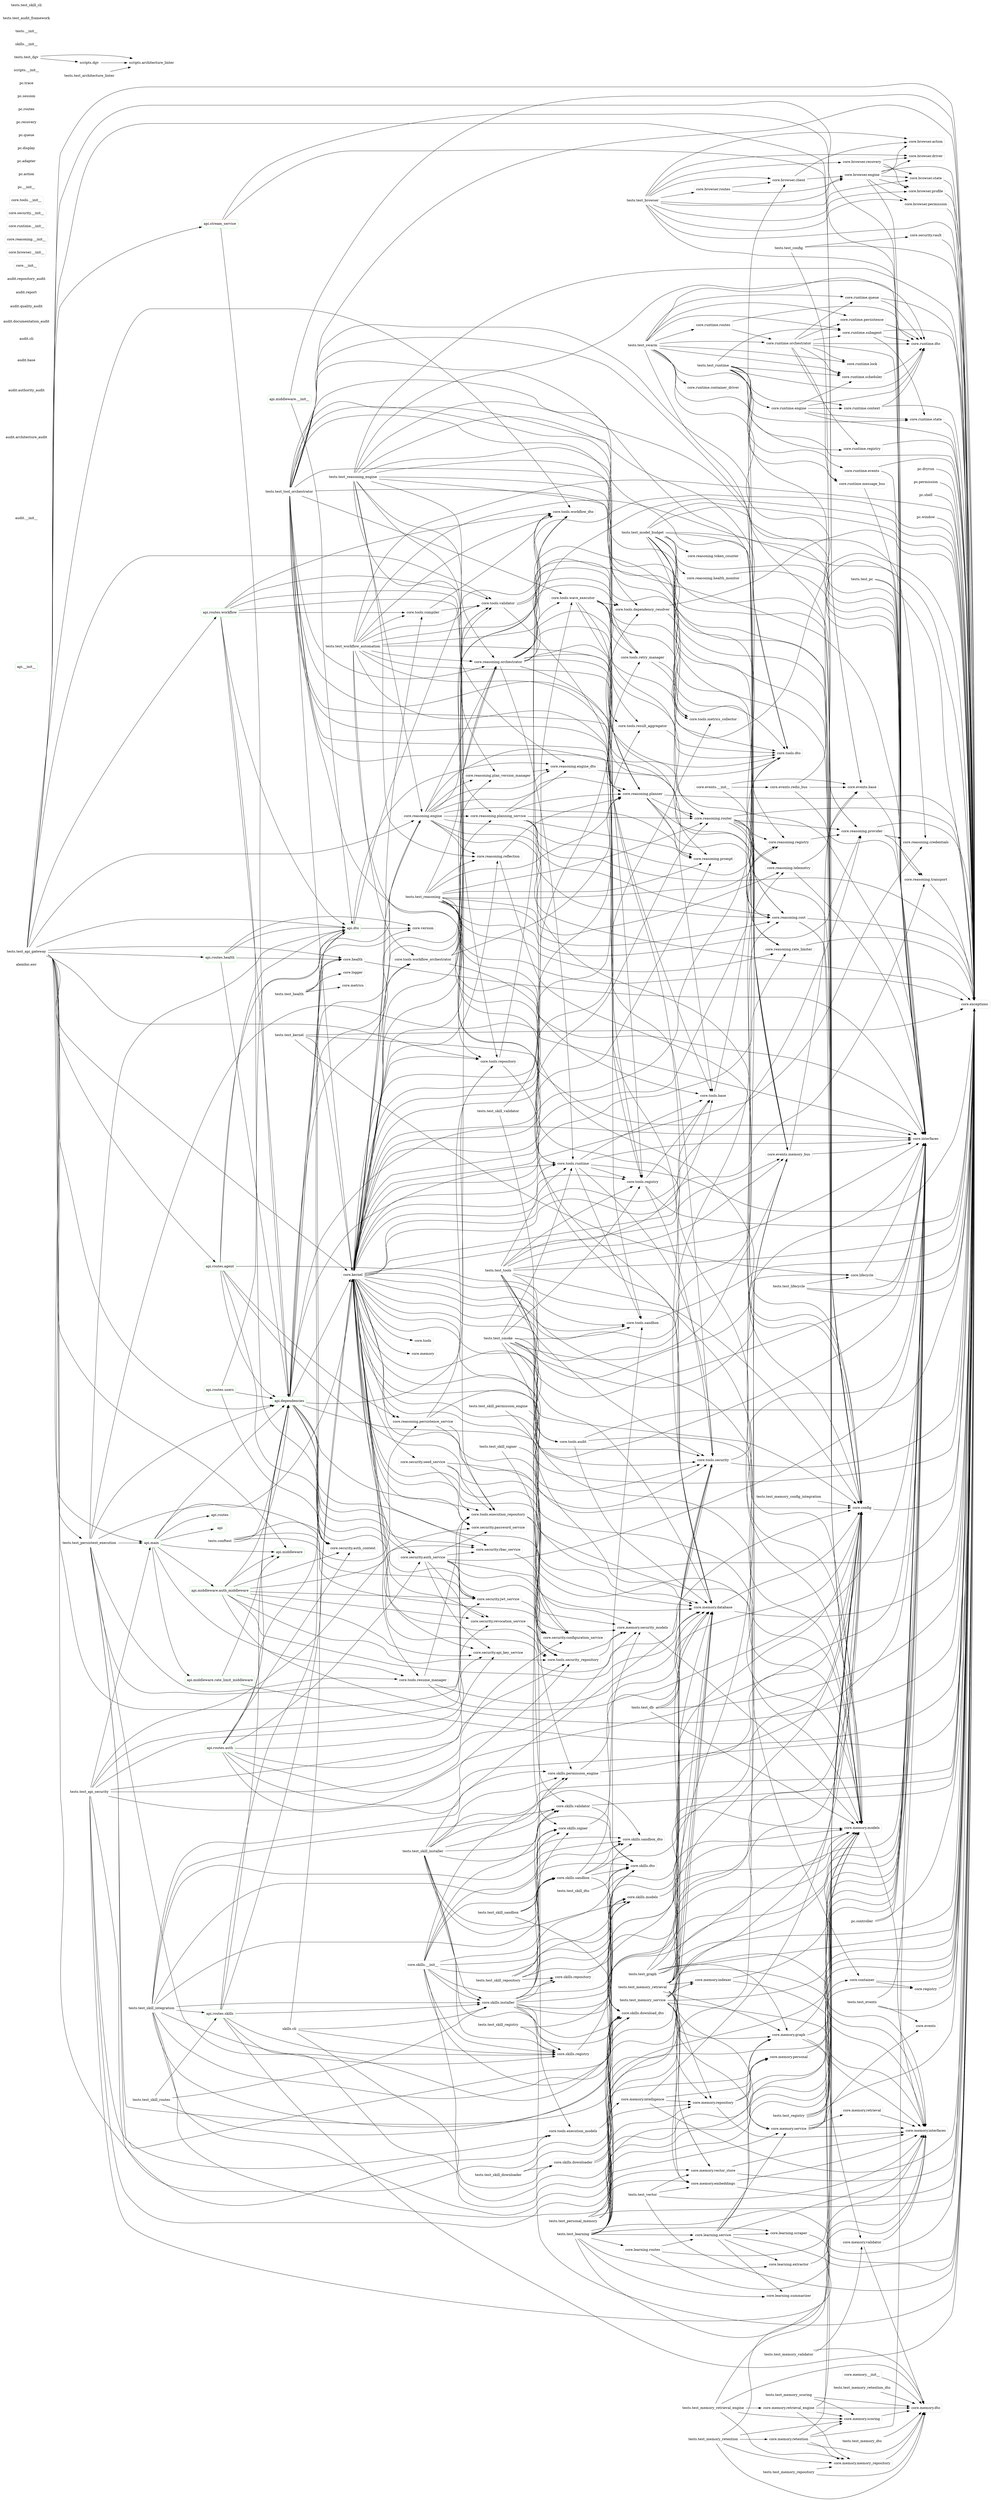
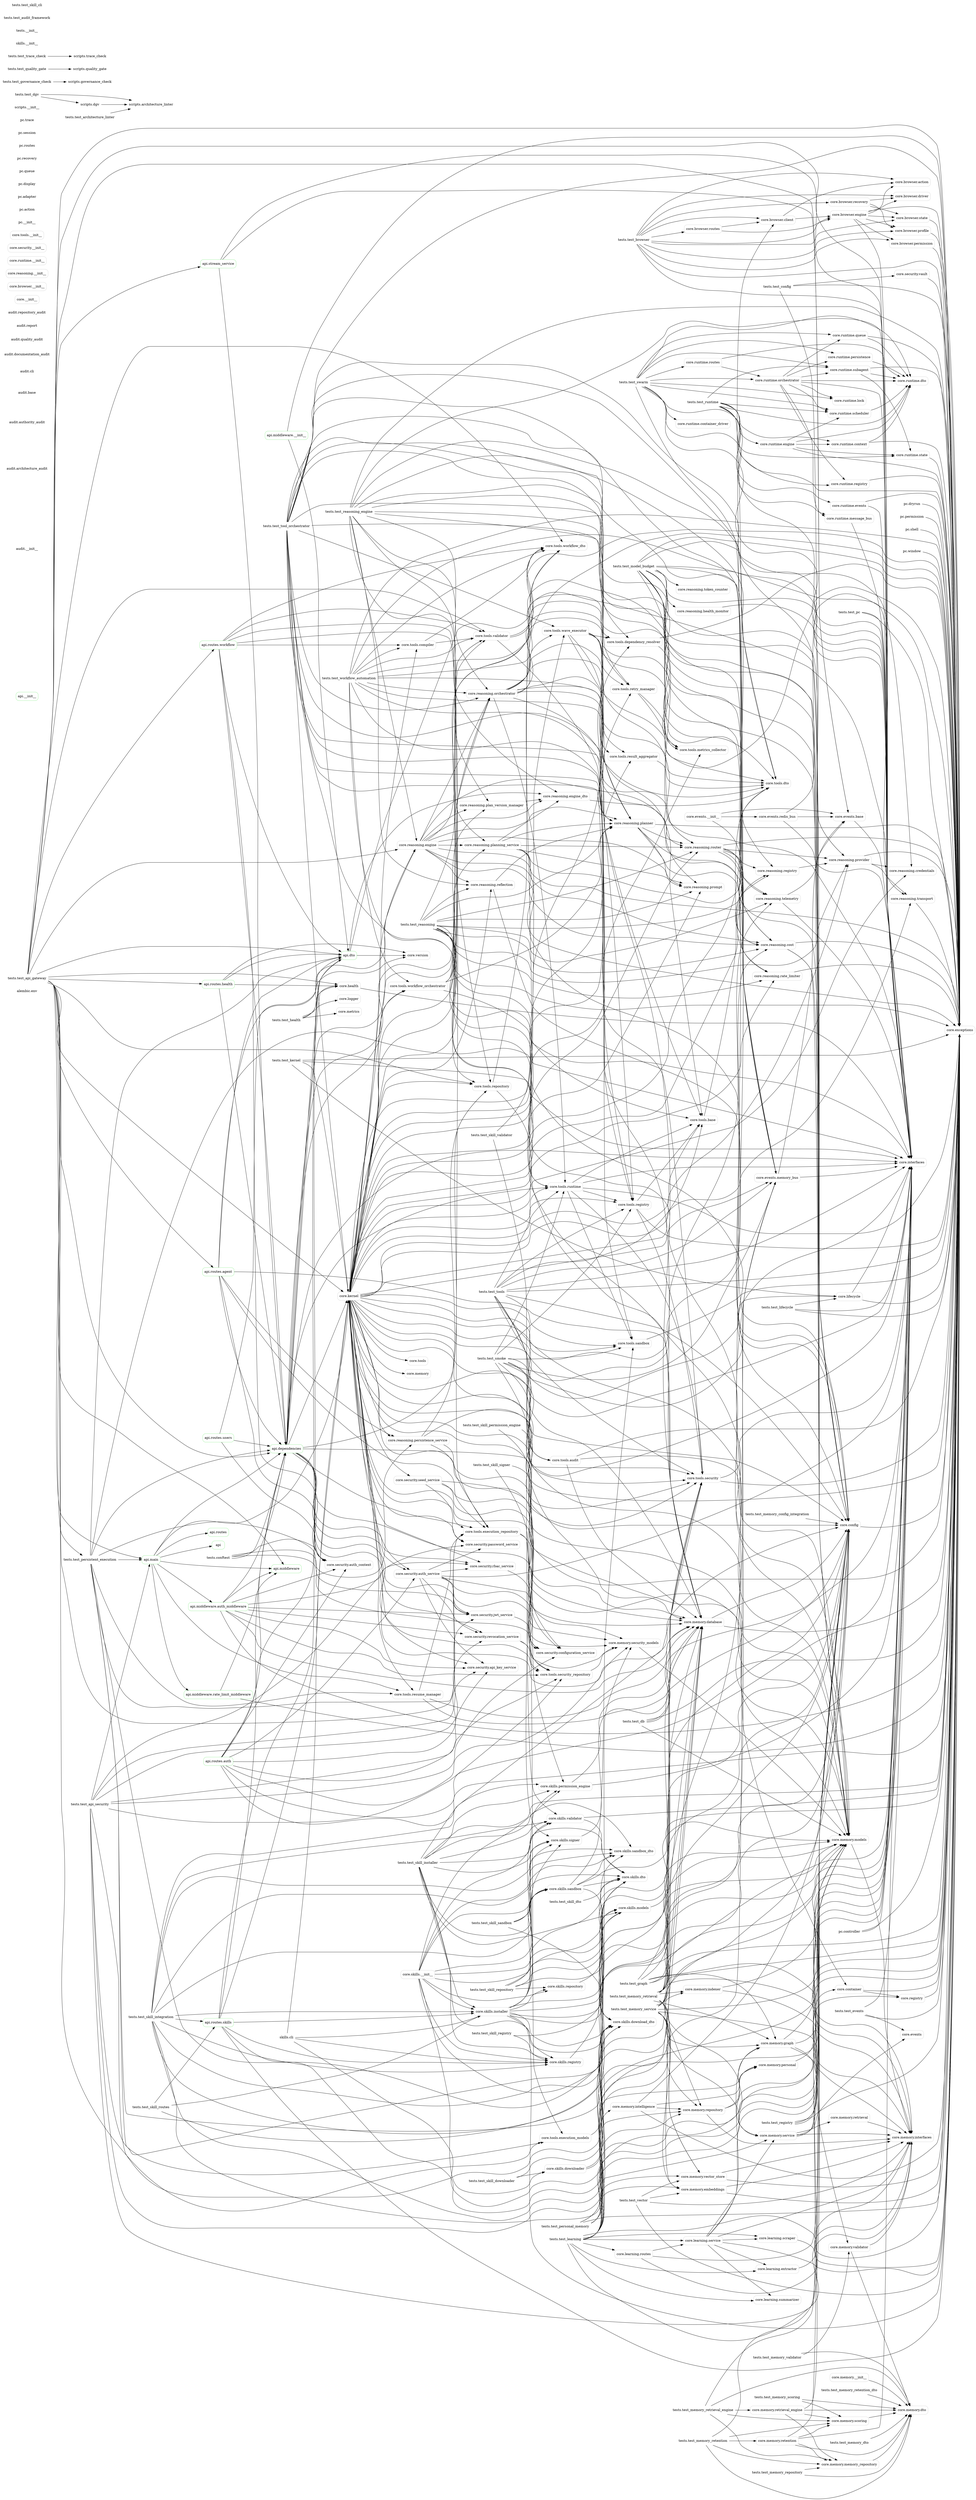
digraph dependencies {
  rankdir=LR;
  node [shape=box, style=rounded];
  "alembic.env" [color="white"];
  "api" [color="lightgreen"];
  "api.__init__" [color="lightgreen"];
  "api.dependencies" [color="lightgreen"];
  "api.dto" [color="lightgreen"];
  "api.main" [color="lightgreen"];
  "api.middleware" [color="lightgreen"];
  "api.middleware.__init__" [color="lightgreen"];
  "api.middleware.auth_middleware" [color="lightgreen"];
  "api.middleware.rate_limit_middleware" [color="lightgreen"];
  "api.routes" [color="lightgreen"];
  "api.routes.agent" [color="lightgreen"];
  "api.routes.auth" [color="lightgreen"];
  "api.routes.health" [color="lightgreen"];
  "api.routes.skills" [color="lightgreen"];
  "api.routes.users" [color="lightgreen"];
  "api.routes.workflow" [color="lightgreen"];
  "api.stream_service" [color="lightgreen"];
  "audit.__init__" [color="white"];
  "audit.architecture_audit" [color="white"];
  "audit.authority_audit" [color="white"];
  "audit.base" [color="white"];
  "audit.cli" [color="white"];
  "audit.documentation_audit" [color="white"];
  "audit.quality_audit" [color="white"];
  "audit.report" [color="white"];
  "audit.repository_audit" [color="white"];
  "core.__init__" [color="lightgray"];
  "core.browser.__init__" [color="lightgray"];
  "core.browser.action" [color="lightgray"];
  "core.browser.client" [color="lightgray"];
  "core.browser.driver" [color="lightgray"];
  "core.browser.engine" [color="lightgray"];
  "core.browser.permission" [color="lightgray"];
  "core.browser.profile" [color="lightgray"];
  "core.browser.recovery" [color="lightgray"];
  "core.browser.routes" [color="lightgray"];
  "core.browser.state" [color="lightgray"];
  "core.config" [color="lightgray"];
  "core.container" [color="lightgray"];
  "core.events" [color="lightgray"];
  "core.events.__init__" [color="lightgray"];
  "core.events.base" [color="lightgray"];
  "core.events.memory_bus" [color="lightgray"];
  "core.events.redis_bus" [color="lightgray"];
  "core.exceptions" [color="lightgray"];
  "core.health" [color="lightgray"];
  "core.interfaces" [color="lightgray"];
  "core.kernel" [color="lightgray"];
  "core.learning.extractor" [color="lightgray"];
  "core.learning.routes" [color="lightgray"];
  "core.learning.scraper" [color="lightgray"];
  "core.learning.service" [color="lightgray"];
  "core.learning.summarizer" [color="lightgray"];
  "core.lifecycle" [color="lightgray"];
  "core.logger" [color="lightgray"];
  "core.memory" [color="lightgray"];
  "core.memory.__init__" [color="lightgray"];
  "core.memory.database" [color="lightgray"];
  "core.memory.dto" [color="lightgray"];
  "core.memory.embeddings" [color="lightgray"];
  "core.memory.graph" [color="lightgray"];
  "core.memory.indexer" [color="lightgray"];
  "core.memory.intelligence" [color="lightgray"];
  "core.memory.interfaces" [color="lightgray"];
  "core.memory.memory_repository" [color="lightgray"];
  "core.memory.models" [color="lightgray"];
  "core.memory.personal" [color="lightgray"];
  "core.memory.repository" [color="lightgray"];
  "core.memory.retention" [color="lightgray"];
  "core.memory.retrieval" [color="lightgray"];
  "core.memory.retrieval_engine" [color="lightgray"];
  "core.memory.scoring" [color="lightgray"];
  "core.memory.security_models" [color="lightgray"];
  "core.memory.service" [color="lightgray"];
  "core.memory.validator" [color="lightgray"];
  "core.memory.vector_store" [color="lightgray"];
  "core.metrics" [color="lightgray"];
  "core.reasoning.__init__" [color="lightgray"];
  "core.reasoning.cost" [color="lightgray"];
  "core.reasoning.credentials" [color="lightgray"];
  "core.reasoning.engine" [color="lightgray"];
  "core.reasoning.engine_dto" [color="lightgray"];
  "core.reasoning.health_monitor" [color="lightgray"];
  "core.reasoning.orchestrator" [color="lightgray"];
  "core.reasoning.persistence_service" [color="lightgray"];
  "core.reasoning.plan_version_manager" [color="lightgray"];
  "core.reasoning.planner" [color="lightgray"];
  "core.reasoning.planning_service" [color="lightgray"];
  "core.reasoning.prompt" [color="lightgray"];
  "core.reasoning.provider" [color="lightgray"];
  "core.reasoning.rate_limiter" [color="lightgray"];
  "core.reasoning.reflection" [color="lightgray"];
  "core.reasoning.registry" [color="lightgray"];
  "core.reasoning.router" [color="lightgray"];
  "core.reasoning.telemetry" [color="lightgray"];
  "core.reasoning.token_counter" [color="lightgray"];
  "core.reasoning.transport" [color="lightgray"];
  "core.registry" [color="lightgray"];
  "core.runtime.__init__" [color="lightgray"];
  "core.runtime.container_driver" [color="lightgray"];
  "core.runtime.context" [color="lightgray"];
  "core.runtime.dto" [color="lightgray"];
  "core.runtime.engine" [color="lightgray"];
  "core.runtime.events" [color="lightgray"];
  "core.runtime.lock" [color="lightgray"];
  "core.runtime.message_bus" [color="lightgray"];
  "core.runtime.orchestrator" [color="lightgray"];
  "core.runtime.persistence" [color="lightgray"];
  "core.runtime.queue" [color="lightgray"];
  "core.runtime.registry" [color="lightgray"];
  "core.runtime.routes" [color="lightgray"];
  "core.runtime.scheduler" [color="lightgray"];
  "core.runtime.state" [color="lightgray"];
  "core.runtime.subagent" [color="lightgray"];
  "core.security.__init__" [color="lightgray"];
  "core.security.api_key_service" [color="lightgray"];
  "core.security.auth_context" [color="lightgray"];
  "core.security.auth_service" [color="lightgray"];
  "core.security.configuration_service" [color="lightgray"];
  "core.security.jwt_service" [color="lightgray"];
  "core.security.password_service" [color="lightgray"];
  "core.security.rbac_service" [color="lightgray"];
  "core.security.revocation_service" [color="lightgray"];
  "core.security.seed_service" [color="lightgray"];
  "core.security.vault" [color="lightgray"];
  "core.skills.__init__" [color="lightgray"];
  "core.skills.download_dto" [color="lightgray"];
  "core.skills.downloader" [color="lightgray"];
  "core.skills.dto" [color="lightgray"];
  "core.skills.installer" [color="lightgray"];
  "core.skills.models" [color="lightgray"];
  "core.skills.permission_engine" [color="lightgray"];
  "core.skills.registry" [color="lightgray"];
  "core.skills.repository" [color="lightgray"];
  "core.skills.sandbox" [color="lightgray"];
  "core.skills.sandbox_dto" [color="lightgray"];
  "core.skills.signer" [color="lightgray"];
  "core.skills.validator" [color="lightgray"];
  "core.tools" [color="lightgray"];
  "core.tools.__init__" [color="lightgray"];
  "core.tools.audit" [color="lightgray"];
  "core.tools.base" [color="lightgray"];
  "core.tools.compiler" [color="lightgray"];
  "core.tools.dependency_resolver" [color="lightgray"];
  "core.tools.dto" [color="lightgray"];
  "core.tools.execution_models" [color="lightgray"];
  "core.tools.execution_repository" [color="lightgray"];
  "core.tools.metrics_collector" [color="lightgray"];
  "core.tools.registry" [color="lightgray"];
  "core.tools.repository" [color="lightgray"];
  "core.tools.result_aggregator" [color="lightgray"];
  "core.tools.resume_manager" [color="lightgray"];
  "core.tools.retry_manager" [color="lightgray"];
  "core.tools.runtime" [color="lightgray"];
  "core.tools.sandbox" [color="lightgray"];
  "core.tools.security" [color="lightgray"];
  "core.tools.security_repository" [color="lightgray"];
  "core.tools.validator" [color="lightgray"];
  "core.tools.wave_executor" [color="lightgray"];
  "core.tools.workflow_dto" [color="lightgray"];
  "core.tools.workflow_orchestrator" [color="lightgray"];
  "core.version" [color="lightgray"];
  "pc.__init__" [color="white"];
  "pc.action" [color="white"];
  "pc.adapter" [color="white"];
  "pc.controller" [color="white"];
  "pc.display" [color="white"];
  "pc.dryrun" [color="white"];
  "pc.permission" [color="white"];
  "pc.queue" [color="white"];
  "pc.recovery" [color="white"];
  "pc.routes" [color="white"];
  "pc.session" [color="white"];
  "pc.shell" [color="white"];
  "pc.trace" [color="white"];
  "pc.window" [color="white"];
  "scripts.__init__" [color="white"];
  "scripts.architecture_linter" [color="white"];
  "scripts.dgv" [color="white"];
+   "scripts.governance_check" [color="white"];
+   "scripts.quality_gate" [color="white"];
+   "scripts.trace_check" [color="white"];
  "skills.__init__" [color="white"];
  "skills.cli" [color="white"];
  "tests.__init__" [color="white"];
  "tests.conftest" [color="white"];
  "tests.test_api_gateway" [color="white"];
  "tests.test_api_security" [color="white"];
  "tests.test_architecture_linter" [color="white"];
  "tests.test_audit_framework" [color="white"];
  "tests.test_browser" [color="white"];
  "tests.test_config" [color="white"];
  "tests.test_db" [color="white"];
  "tests.test_dgv" [color="white"];
  "tests.test_events" [color="white"];
+   "tests.test_governance_check" [color="white"];
  "tests.test_graph" [color="white"];
  "tests.test_health" [color="white"];
  "tests.test_kernel" [color="white"];
  "tests.test_learning" [color="white"];
  "tests.test_lifecycle" [color="white"];
  "tests.test_memory_config_integration" [color="white"];
  "tests.test_memory_dto" [color="white"];
  "tests.test_memory_repository" [color="white"];
  "tests.test_memory_retention" [color="white"];
  "tests.test_memory_retention_dto" [color="white"];
  "tests.test_memory_retrieval" [color="white"];
  "tests.test_memory_retrieval_engine" [color="white"];
  "tests.test_memory_scoring" [color="white"];
  "tests.test_memory_service" [color="white"];
  "tests.test_memory_validator" [color="white"];
  "tests.test_model_budget" [color="white"];
  "tests.test_pc" [color="white"];
  "tests.test_persistent_execution" [color="white"];
  "tests.test_personal_memory" [color="white"];
+   "tests.test_quality_gate" [color="white"];
  "tests.test_reasoning" [color="white"];
  "tests.test_reasoning_engine" [color="white"];
  "tests.test_registry" [color="white"];
  "tests.test_runtime" [color="white"];
  "tests.test_skill_cli" [color="white"];
  "tests.test_skill_downloader" [color="white"];
  "tests.test_skill_dto" [color="white"];
  "tests.test_skill_installer" [color="white"];
  "tests.test_skill_integration" [color="white"];
  "tests.test_skill_permission_engine" [color="white"];
  "tests.test_skill_registry" [color="white"];
  "tests.test_skill_repository" [color="white"];
  "tests.test_skill_routes" [color="white"];
  "tests.test_skill_sandbox" [color="white"];
  "tests.test_skill_signer" [color="white"];
  "tests.test_skill_validator" [color="white"];
  "tests.test_smoke" [color="white"];
  "tests.test_swarm" [color="white"];
  "tests.test_tool_orchestrator" [color="white"];
  "tests.test_tools" [color="white"];
+   "tests.test_trace_check" [color="white"];
  "tests.test_vector" [color="white"];
  "tests.test_workflow_automation" [color="white"];
  "api.dependencies" -> "api.dto" [color="black"];
  "api.dependencies" -> "core.config" [color="black"];
  "api.dependencies" -> "core.exceptions" [color="black"];
  "api.dependencies" -> "core.health" [color="black"];
  "api.dependencies" -> "core.interfaces" [color="black"];
  "api.dependencies" -> "core.kernel" [color="black"];
  "api.dependencies" -> "core.memory.database" [color="black"];
  "api.dependencies" -> "core.reasoning.engine" [color="black"];
  "api.dependencies" -> "core.security.auth_context" [color="black"];
  "api.dependencies" -> "core.security.auth_service" [color="black"];
  "api.dependencies" -> "core.security.rbac_service" [color="black"];
  "api.dependencies" -> "core.tools.execution_repository" [color="black"];
  "api.dependencies" -> "core.tools.repository" [color="black"];
  "api.dependencies" -> "core.tools.runtime" [color="black"];
  "api.dependencies" -> "core.tools.security_repository" [color="black"];
  "api.dependencies" -> "core.tools.validator" [color="black"];
  "api.dependencies" -> "core.tools.workflow_orchestrator" [color="black"];
  "api.dto" -> "core.reasoning.engine_dto" [color="black"];
  "api.dto" -> "core.tools.workflow_dto" [color="black"];
  "api.dto" -> "core.version" [color="black"];
  "api.main" -> "api" [color="black"];
  "api.main" -> "api.dependencies" [color="black"];
  "api.main" -> "api.middleware" [color="black"];
  "api.main" -> "api.middleware.auth_middleware" [color="black"];
  "api.main" -> "api.middleware.rate_limit_middleware" [color="black"];
  "api.main" -> "api.routes" [color="black"];
  "api.main" -> "core.kernel" [color="black"];
  "api.main" -> "core.tools.resume_manager" [color="black"];
  "api.middleware.__init__" -> "api.dto" [color="black"];
  "api.middleware.__init__" -> "core.exceptions" [color="black"];
  "api.middleware.auth_middleware" -> "api.dependencies" [color="black"];
  "api.middleware.auth_middleware" -> "api.middleware" [color="black"];
  "api.middleware.auth_middleware" -> "core.exceptions" [color="black"];
  "api.middleware.auth_middleware" -> "core.memory.database" [color="black"];
  "api.middleware.auth_middleware" -> "core.security.api_key_service" [color="black"];
  "api.middleware.auth_middleware" -> "core.security.auth_context" [color="black"];
  "api.middleware.auth_middleware" -> "core.security.jwt_service" [color="black"];
  "api.middleware.auth_middleware" -> "core.security.rbac_service" [color="black"];
  "api.middleware.auth_middleware" -> "core.security.revocation_service" [color="black"];
  "api.middleware.auth_middleware" -> "core.tools.security_repository" [color="black"];
  "api.middleware.rate_limit_middleware" -> "api.middleware" [color="black"];
  "api.middleware.rate_limit_middleware" -> "core.exceptions" [color="black"];
  "api.routes.agent" -> "api.dependencies" [color="black"];
  "api.routes.agent" -> "api.dto" [color="black"];
  "api.routes.agent" -> "core.memory.database" [color="black"];
  "api.routes.agent" -> "core.reasoning.engine" [color="black"];
  "api.routes.agent" -> "core.reasoning.persistence_service" [color="black"];
  "api.routes.agent" -> "core.security.auth_context" [color="black"];
  "api.routes.agent" -> "core.tools.execution_repository" [color="black"];
  "api.routes.auth" -> "api.dependencies" [color="black"];
  "api.routes.auth" -> "api.dto" [color="black"];
  "api.routes.auth" -> "core.exceptions" [color="black"];
  "api.routes.auth" -> "core.interfaces" [color="black"];
  "api.routes.auth" -> "core.memory.security_models" [color="black"];
  "api.routes.auth" -> "core.security.api_key_service" [color="black"];
  "api.routes.auth" -> "core.security.auth_context" [color="black"];
  "api.routes.auth" -> "core.security.auth_service" [color="black"];
  "api.routes.auth" -> "core.tools.security_repository" [color="black"];
  "api.routes.health" -> "api.dependencies" [color="black"];
  "api.routes.health" -> "api.dto" [color="black"];
  "api.routes.health" -> "core.health" [color="black"];
  "api.routes.health" -> "core.version" [color="black"];
  "api.routes.skills" -> "api.dependencies" [color="black"];
  "api.routes.skills" -> "api.dto" [color="black"];
  "api.routes.skills" -> "core.exceptions" [color="black"];
  "api.routes.skills" -> "core.kernel" [color="black"];
  "api.routes.skills" -> "core.skills.download_dto" [color="black"];
  "api.routes.skills" -> "core.skills.installer" [color="black"];
  "api.routes.skills" -> "core.skills.registry" [color="black"];
  "api.routes.users" -> "api.dependencies" [color="black"];
  "api.routes.users" -> "api.dto" [color="black"];
  "api.routes.users" -> "core.security.auth_context" [color="black"];
  "api.routes.workflow" -> "api.dependencies" [color="black"];
  "api.routes.workflow" -> "api.dto" [color="black"];
  "api.routes.workflow" -> "core.security.auth_context" [color="black"];
  "api.routes.workflow" -> "core.tools.compiler" [color="black"];
  "api.routes.workflow" -> "core.tools.execution_repository" [color="black"];
  "api.routes.workflow" -> "core.tools.repository" [color="black"];
  "api.routes.workflow" -> "core.tools.validator" [color="black"];
  "api.routes.workflow" -> "core.tools.workflow_dto" [color="black"];
  "api.stream_service" -> "api.dependencies" [color="black"];
  "api.stream_service" -> "core.events.base" [color="black"];
  "api.stream_service" -> "core.interfaces" [color="black"];
  "core.browser.client" -> "core.browser.action" [color="black"];
  "core.browser.client" -> "core.browser.engine" [color="black"];
  "core.browser.engine" -> "core.browser.action" [color="black"];
  "core.browser.engine" -> "core.browser.driver" [color="black"];
  "core.browser.engine" -> "core.browser.permission" [color="black"];
  "core.browser.engine" -> "core.browser.profile" [color="black"];
  "core.browser.engine" -> "core.browser.state" [color="black"];
  "core.browser.engine" -> "core.exceptions" [color="black"];
  "core.browser.engine" -> "core.interfaces" [color="black"];
  "core.browser.permission" -> "core.exceptions" [color="black"];
  "core.browser.profile" -> "core.exceptions" [color="black"];
  "core.browser.recovery" -> "core.browser.driver" [color="black"];
  "core.browser.recovery" -> "core.browser.profile" [color="black"];
  "core.browser.recovery" -> "core.browser.state" [color="black"];
  "core.browser.routes" -> "core.browser.client" [color="black"];
  "core.browser.routes" -> "core.browser.engine" [color="black"];
  "core.browser.state" -> "core.exceptions" [color="black"];
  "core.config" -> "core.exceptions" [color="black"];
  "core.container" -> "core.exceptions" [color="black"];
  "core.container" -> "core.registry" [color="black"];
  "core.events.__init__" -> "core.events.base" [color="black"];
  "core.events.__init__" -> "core.events.memory_bus" [color="black"];
  "core.events.__init__" -> "core.events.redis_bus" [color="black"];
  "core.events.base" -> "core.interfaces" [color="black"];
  "core.events.memory_bus" -> "core.events.base" [color="black"];
  "core.events.memory_bus" -> "core.interfaces" [color="black"];
  "core.events.redis_bus" -> "core.events.base" [color="black"];
  "core.events.redis_bus" -> "core.exceptions" [color="black"];
  "core.events.redis_bus" -> "core.interfaces" [color="black"];
  "core.health" -> "core.interfaces" [color="black"];
  "core.kernel" -> "core.browser.client" [color="black"];
  "core.kernel" -> "core.config" [color="black"];
  "core.kernel" -> "core.container" [color="black"];
  "core.kernel" -> "core.events.memory_bus" [color="black"];
  "core.kernel" -> "core.exceptions" [color="black"];
  "core.kernel" -> "core.interfaces" [color="black"];
  "core.kernel" -> "core.lifecycle" [color="black"];
  "core.kernel" -> "core.memory" [color="black"];
  "core.kernel" -> "core.memory.database" [color="black"];
  "core.kernel" -> "core.memory.models" [color="black"];
  "core.kernel" -> "core.reasoning.cost" [color="black"];
  "core.kernel" -> "core.reasoning.credentials" [color="black"];
  "core.kernel" -> "core.reasoning.engine" [color="black"];
  "core.kernel" -> "core.reasoning.orchestrator" [color="black"];
  "core.kernel" -> "core.reasoning.persistence_service" [color="black"];
  "core.kernel" -> "core.reasoning.plan_version_manager" [color="black"];
  "core.kernel" -> "core.reasoning.planning_service" [color="black"];
  "core.kernel" -> "core.reasoning.prompt" [color="black"];
  "core.kernel" -> "core.reasoning.provider" [color="black"];
  "core.kernel" -> "core.reasoning.rate_limiter" [color="black"];
  "core.kernel" -> "core.reasoning.reflection" [color="black"];
  "core.kernel" -> "core.reasoning.registry" [color="black"];
  "core.kernel" -> "core.reasoning.router" [color="black"];
  "core.kernel" -> "core.reasoning.telemetry" [color="black"];
  "core.kernel" -> "core.reasoning.transport" [color="black"];
  "core.kernel" -> "core.security.api_key_service" [color="black"];
  "core.kernel" -> "core.security.auth_service" [color="black"];
  "core.kernel" -> "core.security.configuration_service" [color="black"];
  "core.kernel" -> "core.security.jwt_service" [color="black"];
  "core.kernel" -> "core.security.password_service" [color="black"];
  "core.kernel" -> "core.security.rbac_service" [color="black"];
  "core.kernel" -> "core.security.revocation_service" [color="black"];
  "core.kernel" -> "core.security.seed_service" [color="black"];
  "core.kernel" -> "core.tools" [color="black"];
  "core.kernel" -> "core.tools.audit" [color="black"];
  "core.kernel" -> "core.tools.base" [color="black"];
  "core.kernel" -> "core.tools.compiler" [color="black"];
  "core.kernel" -> "core.tools.dependency_resolver" [color="black"];
  "core.kernel" -> "core.tools.execution_repository" [color="black"];
  "core.kernel" -> "core.tools.metrics_collector" [color="black"];
  "core.kernel" -> "core.tools.registry" [color="black"];
  "core.kernel" -> "core.tools.repository" [color="black"];
  "core.kernel" -> "core.tools.result_aggregator" [color="black"];
  "core.kernel" -> "core.tools.resume_manager" [color="black"];
  "core.kernel" -> "core.tools.retry_manager" [color="black"];
  "core.kernel" -> "core.tools.runtime" [color="black"];
  "core.kernel" -> "core.tools.sandbox" [color="black"];
  "core.kernel" -> "core.tools.security" [color="black"];
  "core.kernel" -> "core.tools.security_repository" [color="black"];
  "core.kernel" -> "core.tools.validator" [color="black"];
  "core.kernel" -> "core.tools.wave_executor" [color="black"];
  "core.kernel" -> "core.tools.workflow_orchestrator" [color="black"];
  "core.learning.extractor" -> "core.memory.interfaces" [color="black"];
  "core.learning.routes" -> "core.learning.service" [color="black"];
  "core.learning.routes" -> "core.memory.interfaces" [color="black"];
  "core.learning.routes" -> "core.memory.models" [color="black"];
  "core.learning.scraper" -> "core.exceptions" [color="black"];
  "core.learning.service" -> "core.exceptions" [color="black"];
  "core.learning.service" -> "core.learning.extractor" [color="black"];
  "core.learning.service" -> "core.learning.scraper" [color="black"];
  "core.learning.service" -> "core.learning.summarizer" [color="black"];
  "core.learning.service" -> "core.memory.graph" [color="black"];
  "core.learning.service" -> "core.memory.interfaces" [color="black"];
  "core.learning.service" -> "core.memory.models" [color="black"];
  "core.learning.service" -> "core.memory.service" [color="black"];
  "core.lifecycle" -> "core.exceptions" [color="black"];
  "core.lifecycle" -> "core.interfaces" [color="black"];
  "core.memory.__init__" -> "core.memory.dto" [color="black"];
  "core.memory.database" -> "core.config" [color="black"];
  "core.memory.database" -> "core.exceptions" [color="black"];
  "core.memory.embeddings" -> "core.exceptions" [color="black"];
  "core.memory.embeddings" -> "core.memory.interfaces" [color="black"];
  "core.memory.graph" -> "core.exceptions" [color="black"];
  "core.memory.graph" -> "core.memory.interfaces" [color="black"];
  "core.memory.graph" -> "core.memory.models" [color="black"];
  "core.memory.graph" -> "core.memory.validator" [color="black"];
  "core.memory.indexer" -> "core.interfaces" [color="black"];
  "core.memory.indexer" -> "core.memory.interfaces" [color="black"];
  "core.memory.intelligence" -> "core.config" [color="black"];
  "core.memory.intelligence" -> "core.exceptions" [color="black"];
  "core.memory.intelligence" -> "core.memory.personal" [color="black"];
  "core.memory.intelligence" -> "core.memory.repository" [color="black"];
  "core.memory.memory_repository" -> "core.memory.dto" [color="black"];
  "core.memory.models" -> "core.memory.interfaces" [color="black"];
  "core.memory.personal" -> "core.memory.models" [color="black"];
  "core.memory.repository" -> "core.memory.interfaces" [color="black"];
  "core.memory.repository" -> "core.memory.models" [color="black"];
  "core.memory.repository" -> "core.memory.personal" [color="black"];
  "core.memory.retention" -> "core.config" [color="black"];
  "core.memory.retention" -> "core.interfaces" [color="black"];
  "core.memory.retention" -> "core.memory.dto" [color="black"];
  "core.memory.retention" -> "core.memory.memory_repository" [color="black"];
  "core.memory.retention" -> "core.memory.scoring" [color="black"];
  "core.memory.retrieval" -> "core.memory.interfaces" [color="black"];
  "core.memory.retrieval_engine" -> "core.interfaces" [color="black"];
  "core.memory.retrieval_engine" -> "core.memory.dto" [color="black"];
  "core.memory.retrieval_engine" -> "core.memory.memory_repository" [color="black"];
  "core.memory.retrieval_engine" -> "core.memory.scoring" [color="black"];
  "core.memory.scoring" -> "core.memory.dto" [color="black"];
  "core.memory.security_models" -> "core.memory.models" [color="black"];
  "core.memory.service" -> "core.config" [color="black"];
  "core.memory.service" -> "core.events" [color="black"];
  "core.memory.service" -> "core.interfaces" [color="black"];
  "core.memory.service" -> "core.memory.interfaces" [color="black"];
  "core.memory.service" -> "core.memory.retrieval" [color="black"];
  "core.memory.validator" -> "core.memory.dto" [color="black"];
  "core.memory.validator" -> "core.memory.interfaces" [color="black"];
  "core.memory.vector_store" -> "core.exceptions" [color="black"];
  "core.memory.vector_store" -> "core.memory.interfaces" [color="black"];
  "core.reasoning.cost" -> "core.config" [color="black"];
  "core.reasoning.cost" -> "core.exceptions" [color="black"];
  "core.reasoning.cost" -> "core.memory.models" [color="black"];
  "core.reasoning.engine" -> "core.config" [color="black"];
  "core.reasoning.engine" -> "core.exceptions" [color="black"];
  "core.reasoning.engine" -> "core.interfaces" [color="black"];
  "core.reasoning.engine" -> "core.reasoning.cost" [color="black"];
  "core.reasoning.engine" -> "core.reasoning.engine_dto" [color="black"];
  "core.reasoning.engine" -> "core.reasoning.orchestrator" [color="black"];
  "core.reasoning.engine" -> "core.reasoning.plan_version_manager" [color="black"];
  "core.reasoning.engine" -> "core.reasoning.planner" [color="black"];
  "core.reasoning.engine" -> "core.reasoning.planning_service" [color="black"];
  "core.reasoning.engine" -> "core.reasoning.prompt" [color="black"];
  "core.reasoning.engine" -> "core.reasoning.reflection" [color="black"];
  "core.reasoning.engine" -> "core.reasoning.router" [color="black"];
  "core.reasoning.engine_dto" -> "core.tools.dto" [color="black"];
  "core.reasoning.health_monitor" -> "core.reasoning.provider" [color="black"];
  "core.reasoning.orchestrator" -> "core.config" [color="black"];
  "core.reasoning.orchestrator" -> "core.interfaces" [color="black"];
  "core.reasoning.orchestrator" -> "core.reasoning.planner" [color="black"];
  "core.reasoning.orchestrator" -> "core.tools.base" [color="black"];
  "core.reasoning.orchestrator" -> "core.tools.dependency_resolver" [color="black"];
  "core.reasoning.orchestrator" -> "core.tools.dto" [color="black"];
  "core.reasoning.orchestrator" -> "core.tools.metrics_collector" [color="black"];
  "core.reasoning.orchestrator" -> "core.tools.result_aggregator" [color="black"];
  "core.reasoning.orchestrator" -> "core.tools.retry_manager" [color="black"];
  "core.reasoning.orchestrator" -> "core.tools.runtime" [color="black"];
  "core.reasoning.orchestrator" -> "core.tools.wave_executor" [color="black"];
  "core.reasoning.persistence_service" -> "core.interfaces" [color="black"];
  "core.reasoning.persistence_service" -> "core.memory.database" [color="black"];
  "core.reasoning.persistence_service" -> "core.tools.execution_repository" [color="black"];
  "core.reasoning.persistence_service" -> "core.tools.repository" [color="black"];
  "core.reasoning.plan_version_manager" -> "core.reasoning.engine_dto" [color="black"];
  "core.reasoning.planner" -> "core.exceptions" [color="black"];
  "core.reasoning.planner" -> "core.memory.models" [color="black"];
  "core.reasoning.planner" -> "core.reasoning.cost" [color="black"];
  "core.reasoning.planner" -> "core.reasoning.prompt" [color="black"];
  "core.reasoning.planner" -> "core.reasoning.router" [color="black"];
  "core.reasoning.planning_service" -> "core.exceptions" [color="black"];
  "core.reasoning.planning_service" -> "core.reasoning.cost" [color="black"];
  "core.reasoning.planning_service" -> "core.reasoning.engine_dto" [color="black"];
  "core.reasoning.planning_service" -> "core.reasoning.planner" [color="black"];
  "core.reasoning.planning_service" -> "core.reasoning.prompt" [color="black"];
  "core.reasoning.planning_service" -> "core.reasoning.router" [color="black"];
  "core.reasoning.planning_service" -> "core.tools.dto" [color="black"];
  "core.reasoning.provider" -> "core.exceptions" [color="black"];
  "core.reasoning.provider" -> "core.reasoning.credentials" [color="black"];
  "core.reasoning.provider" -> "core.reasoning.transport" [color="black"];
  "core.reasoning.rate_limiter" -> "core.exceptions" [color="black"];
  "core.reasoning.reflection" -> "core.config" [color="black"];
  "core.reasoning.reflection" -> "core.reasoning.planner" [color="black"];
  "core.reasoning.registry" -> "core.reasoning.provider" [color="black"];
  "core.reasoning.router" -> "core.config" [color="black"];
  "core.reasoning.router" -> "core.exceptions" [color="black"];
  "core.reasoning.router" -> "core.reasoning.cost" [color="black"];
  "core.reasoning.router" -> "core.reasoning.provider" [color="black"];
  "core.reasoning.router" -> "core.reasoning.rate_limiter" [color="black"];
  "core.reasoning.router" -> "core.reasoning.registry" [color="black"];
  "core.reasoning.router" -> "core.reasoning.telemetry" [color="black"];
  "core.reasoning.telemetry" -> "core.events.base" [color="black"];
  "core.reasoning.telemetry" -> "core.interfaces" [color="black"];
  "core.reasoning.transport" -> "core.exceptions" [color="black"];
  "core.registry" -> "core.exceptions" [color="black"];
  "core.runtime.context" -> "core.exceptions" [color="black"];
  "core.runtime.context" -> "core.runtime.dto" [color="black"];
  "core.runtime.engine" -> "core.exceptions" [color="black"];
  "core.runtime.engine" -> "core.runtime.context" [color="black"];
  "core.runtime.engine" -> "core.runtime.dto" [color="black"];
  "core.runtime.engine" -> "core.runtime.scheduler" [color="black"];
  "core.runtime.engine" -> "core.runtime.state" [color="black"];
  "core.runtime.events" -> "core.exceptions" [color="black"];
  "core.runtime.events" -> "core.interfaces" [color="black"];
  "core.runtime.message_bus" -> "core.interfaces" [color="black"];
  "core.runtime.orchestrator" -> "core.interfaces" [color="black"];
  "core.runtime.orchestrator" -> "core.runtime.dto" [color="black"];
  "core.runtime.orchestrator" -> "core.runtime.lock" [color="black"];
  "core.runtime.orchestrator" -> "core.runtime.message_bus" [color="black"];
  "core.runtime.orchestrator" -> "core.runtime.persistence" [color="black"];
  "core.runtime.orchestrator" -> "core.runtime.queue" [color="black"];
  "core.runtime.orchestrator" -> "core.runtime.registry" [color="black"];
  "core.runtime.orchestrator" -> "core.runtime.scheduler" [color="black"];
  "core.runtime.orchestrator" -> "core.runtime.subagent" [color="black"];
  "core.runtime.persistence" -> "core.runtime.dto" [color="black"];
  "core.runtime.queue" -> "core.exceptions" [color="black"];
  "core.runtime.queue" -> "core.runtime.dto" [color="black"];
  "core.runtime.registry" -> "core.exceptions" [color="black"];
  "core.runtime.routes" -> "core.runtime.dto" [color="black"];
  "core.runtime.routes" -> "core.runtime.orchestrator" [color="black"];
  "core.runtime.scheduler" -> "core.runtime.dto" [color="black"];
  "core.runtime.state" -> "core.exceptions" [color="black"];
  "core.runtime.subagent" -> "core.exceptions" [color="black"];
  "core.runtime.subagent" -> "core.runtime.dto" [color="black"];
  "core.runtime.subagent" -> "core.runtime.state" [color="black"];
  "core.security.auth_service" -> "core.interfaces" [color="black"];
  "core.security.auth_service" -> "core.memory.security_models" [color="black"];
  "core.security.auth_service" -> "core.security.api_key_service" [color="black"];
  "core.security.auth_service" -> "core.security.configuration_service" [color="black"];
  "core.security.auth_service" -> "core.security.jwt_service" [color="black"];
  "core.security.auth_service" -> "core.security.password_service" [color="black"];
  "core.security.auth_service" -> "core.security.rbac_service" [color="black"];
  "core.security.auth_service" -> "core.security.revocation_service" [color="black"];
  "core.security.auth_service" -> "core.tools.security_repository" [color="black"];
  "core.security.jwt_service" -> "core.security.configuration_service" [color="black"];
  "core.security.rbac_service" -> "core.memory.security_models" [color="black"];
  "core.security.revocation_service" -> "core.memory.security_models" [color="black"];
  "core.security.revocation_service" -> "core.tools.security_repository" [color="black"];
  "core.security.seed_service" -> "core.memory.security_models" [color="black"];
  "core.security.seed_service" -> "core.security.configuration_service" [color="black"];
  "core.security.seed_service" -> "core.security.password_service" [color="black"];
  "core.security.seed_service" -> "core.tools.security_repository" [color="black"];
  "core.security.vault" -> "core.exceptions" [color="black"];
  "core.skills.__init__" -> "core.skills.download_dto" [color="black"];
  "core.skills.__init__" -> "core.skills.downloader" [color="black"];
  "core.skills.__init__" -> "core.skills.dto" [color="black"];
  "core.skills.__init__" -> "core.skills.installer" [color="black"];
  "core.skills.__init__" -> "core.skills.models" [color="black"];
  "core.skills.__init__" -> "core.skills.permission_engine" [color="black"];
  "core.skills.__init__" -> "core.skills.registry" [color="black"];
  "core.skills.__init__" -> "core.skills.repository" [color="black"];
  "core.skills.__init__" -> "core.skills.sandbox" [color="black"];
  "core.skills.__init__" -> "core.skills.sandbox_dto" [color="black"];
  "core.skills.__init__" -> "core.skills.signer" [color="black"];
  "core.skills.__init__" -> "core.skills.validator" [color="black"];
  "core.skills.downloader" -> "core.exceptions" [color="black"];
  "core.skills.downloader" -> "core.skills.download_dto" [color="black"];
  "core.skills.installer" -> "core.exceptions" [color="black"];
  "core.skills.installer" -> "core.interfaces" [color="black"];
  "core.skills.installer" -> "core.skills.download_dto" [color="black"];
  "core.skills.installer" -> "core.skills.dto" [color="black"];
  "core.skills.installer" -> "core.skills.models" [color="black"];
  "core.skills.installer" -> "core.skills.permission_engine" [color="black"];
  "core.skills.installer" -> "core.skills.registry" [color="black"];
  "core.skills.installer" -> "core.skills.repository" [color="black"];
  "core.skills.installer" -> "core.skills.sandbox" [color="black"];
  "core.skills.installer" -> "core.skills.sandbox_dto" [color="black"];
  "core.skills.installer" -> "core.skills.signer" [color="black"];
  "core.skills.installer" -> "core.skills.validator" [color="black"];
  "core.skills.models" -> "core.memory.models" [color="black"];
  "core.skills.permission_engine" -> "core.interfaces" [color="black"];
  "core.skills.permission_engine" -> "core.tools.security" [color="black"];
  "core.skills.registry" -> "core.skills.dto" [color="black"];
  "core.skills.repository" -> "core.skills.models" [color="black"];
  "core.skills.sandbox" -> "core.exceptions" [color="black"];
  "core.skills.sandbox" -> "core.skills.download_dto" [color="black"];
  "core.skills.sandbox" -> "core.skills.dto" [color="black"];
  "core.skills.sandbox" -> "core.skills.sandbox_dto" [color="black"];
  "core.skills.sandbox" -> "core.tools.sandbox" [color="black"];
  "core.skills.signer" -> "core.tools.security" [color="black"];
  "core.skills.validator" -> "core.exceptions" [color="black"];
  "core.skills.validator" -> "core.skills.dto" [color="black"];
  "core.tools.audit" -> "core.exceptions" [color="black"];
  "core.tools.audit" -> "core.memory.database" [color="black"];
  "core.tools.audit" -> "core.memory.models" [color="black"];
  "core.tools.base" -> "core.tools.dto" [color="black"];
  "core.tools.compiler" -> "core.tools.validator" [color="black"];
  "core.tools.compiler" -> "core.tools.workflow_dto" [color="black"];
  "core.tools.dependency_resolver" -> "core.exceptions" [color="black"];
  "core.tools.dependency_resolver" -> "core.tools.dto" [color="black"];
  "core.tools.execution_models" -> "core.memory.models" [color="black"];
  "core.tools.execution_repository" -> "core.memory.models" [color="black"];
  "core.tools.execution_repository" -> "core.tools.execution_models" [color="black"];
  "core.tools.registry" -> "core.exceptions" [color="black"];
  "core.tools.registry" -> "core.tools.base" [color="black"];
  "core.tools.registry" -> "core.tools.security" [color="black"];
  "core.tools.repository" -> "core.memory.models" [color="black"];
  "core.tools.repository" -> "core.tools.workflow_dto" [color="black"];
  "core.tools.result_aggregator" -> "core.tools.dto" [color="black"];
  "core.tools.resume_manager" -> "core.interfaces" [color="black"];
  "core.tools.resume_manager" -> "core.memory.database" [color="black"];
  "core.tools.resume_manager" -> "core.tools.execution_repository" [color="black"];
  "core.tools.retry_manager" -> "core.tools.dto" [color="black"];
  "core.tools.retry_manager" -> "core.tools.metrics_collector" [color="black"];
  "core.tools.runtime" -> "core.exceptions" [color="black"];
  "core.tools.runtime" -> "core.interfaces" [color="black"];
  "core.tools.runtime" -> "core.tools.base" [color="black"];
  "core.tools.runtime" -> "core.tools.registry" [color="black"];
  "core.tools.runtime" -> "core.tools.sandbox" [color="black"];
  "core.tools.runtime" -> "core.tools.security" [color="black"];
  "core.tools.sandbox" -> "core.exceptions" [color="black"];
  "core.tools.security" -> "core.exceptions" [color="black"];
  "core.tools.security" -> "core.interfaces" [color="black"];
  "core.tools.security_repository" -> "core.memory.security_models" [color="black"];
  "core.tools.validator" -> "core.exceptions" [color="black"];
  "core.tools.validator" -> "core.tools.registry" [color="black"];
  "core.tools.validator" -> "core.tools.workflow_dto" [color="black"];
  "core.tools.wave_executor" -> "core.exceptions" [color="black"];
  "core.tools.wave_executor" -> "core.reasoning.planner" [color="black"];
  "core.tools.wave_executor" -> "core.tools.dependency_resolver" [color="black"];
  "core.tools.wave_executor" -> "core.tools.dto" [color="black"];
  "core.tools.wave_executor" -> "core.tools.metrics_collector" [color="black"];
  "core.tools.wave_executor" -> "core.tools.result_aggregator" [color="black"];
  "core.tools.wave_executor" -> "core.tools.retry_manager" [color="black"];
  "core.tools.workflow_orchestrator" -> "core.interfaces" [color="black"];
  "core.tools.workflow_orchestrator" -> "core.reasoning.orchestrator" [color="black"];
  "core.tools.workflow_orchestrator" -> "core.reasoning.planner" [color="black"];
  "core.tools.workflow_orchestrator" -> "core.tools.validator" [color="black"];
  "core.tools.workflow_orchestrator" -> "core.tools.workflow_dto" [color="black"];
  "pc.controller" -> "core.exceptions" [color="black"];
  "pc.controller" -> "core.interfaces" [color="black"];
  "pc.dryrun" -> "core.exceptions" [color="black"];
  "pc.permission" -> "core.exceptions" [color="black"];
  "pc.shell" -> "core.exceptions" [color="black"];
  "pc.window" -> "core.exceptions" [color="black"];
  "scripts.dgv" -> "scripts.architecture_linter" [color="black"];
  "skills.cli" -> "core.kernel" [color="black"];
  "skills.cli" -> "core.skills.download_dto" [color="black"];
  "skills.cli" -> "core.skills.installer" [color="black"];
  "skills.cli" -> "core.skills.registry" [color="black"];
  "tests.conftest" -> "api.dependencies" [color="black"];
  "tests.conftest" -> "core.security.auth_context" [color="black"];
  "tests.conftest" -> "core.security.configuration_service" [color="black"];
  "tests.conftest" -> "core.security.jwt_service" [color="black"];
  "tests.test_api_gateway" -> "api.dependencies" [color="black"];
  "tests.test_api_gateway" -> "api.dto" [color="black"];
  "tests.test_api_gateway" -> "api.main" [color="black"];
  "tests.test_api_gateway" -> "api.middleware" [color="black"];
  "tests.test_api_gateway" -> "api.routes.agent" [color="black"];
  "tests.test_api_gateway" -> "api.routes.health" [color="black"];
  "tests.test_api_gateway" -> "api.routes.workflow" [color="black"];
  "tests.test_api_gateway" -> "api.stream_service" [color="black"];
  "tests.test_api_gateway" -> "core.events.base" [color="black"];
  "tests.test_api_gateway" -> "core.exceptions" [color="black"];
  "tests.test_api_gateway" -> "core.health" [color="black"];
  "tests.test_api_gateway" -> "core.interfaces" [color="black"];
  "tests.test_api_gateway" -> "core.kernel" [color="black"];
  "tests.test_api_gateway" -> "core.reasoning.engine" [color="black"];
  "tests.test_api_gateway" -> "core.tools.execution_models" [color="black"];
  "tests.test_api_gateway" -> "core.tools.execution_repository" [color="black"];
  "tests.test_api_gateway" -> "core.tools.repository" [color="black"];
  "tests.test_api_gateway" -> "core.tools.validator" [color="black"];
  "tests.test_api_gateway" -> "core.tools.workflow_dto" [color="black"];
  "tests.test_api_gateway" -> "tests.test_persistent_execution" [color="black"];
  "tests.test_api_security" -> "api.main" [color="black"];
  "tests.test_api_security" -> "core.config" [color="black"];
  "tests.test_api_security" -> "core.memory.database" [color="black"];
  "tests.test_api_security" -> "core.memory.models" [color="black"];
  "tests.test_api_security" -> "core.memory.security_models" [color="black"];
  "tests.test_api_security" -> "core.security.api_key_service" [color="black"];
  "tests.test_api_security" -> "core.security.configuration_service" [color="black"];
  "tests.test_api_security" -> "core.security.jwt_service" [color="black"];
  "tests.test_api_security" -> "core.security.password_service" [color="black"];
  "tests.test_api_security" -> "core.security.revocation_service" [color="black"];
  "tests.test_api_security" -> "core.tools.security_repository" [color="black"];
  "tests.test_architecture_linter" -> "scripts.architecture_linter" [color="black"];
  "tests.test_browser" -> "core.browser.action" [color="black"];
  "tests.test_browser" -> "core.browser.client" [color="black"];
  "tests.test_browser" -> "core.browser.driver" [color="black"];
  "tests.test_browser" -> "core.browser.engine" [color="black"];
  "tests.test_browser" -> "core.browser.permission" [color="black"];
  "tests.test_browser" -> "core.browser.profile" [color="black"];
  "tests.test_browser" -> "core.browser.recovery" [color="black"];
  "tests.test_browser" -> "core.browser.routes" [color="black"];
  "tests.test_browser" -> "core.browser.state" [color="black"];
  "tests.test_browser" -> "core.exceptions" [color="black"];
  "tests.test_browser" -> "core.interfaces" [color="black"];
  "tests.test_config" -> "core.config" [color="black"];
  "tests.test_config" -> "core.exceptions" [color="black"];
  "tests.test_config" -> "core.security.vault" [color="black"];
  "tests.test_db" -> "core.config" [color="black"];
  "tests.test_db" -> "core.exceptions" [color="black"];
  "tests.test_db" -> "core.memory.database" [color="black"];
  "tests.test_db" -> "core.memory.models" [color="black"];
  "tests.test_dgv" -> "scripts.architecture_linter" [color="black"];
  "tests.test_dgv" -> "scripts.dgv" [color="black"];
  "tests.test_events" -> "core.events" [color="black"];
  "tests.test_events" -> "core.exceptions" [color="black"];
  "tests.test_events" -> "core.interfaces" [color="black"];
+   "tests.test_governance_check" -> "scripts.governance_check" [color="black"];
  "tests.test_graph" -> "core.config" [color="black"];
  "tests.test_graph" -> "core.exceptions" [color="black"];
  "tests.test_graph" -> "core.memory.database" [color="black"];
  "tests.test_graph" -> "core.memory.graph" [color="black"];
  "tests.test_graph" -> "core.memory.interfaces" [color="black"];
  "tests.test_graph" -> "core.memory.models" [color="black"];
  "tests.test_health" -> "core.health" [color="black"];
  "tests.test_health" -> "core.logger" [color="black"];
  "tests.test_health" -> "core.metrics" [color="black"];
  "tests.test_health" -> "core.version" [color="black"];
  "tests.test_kernel" -> "core.exceptions" [color="black"];
  "tests.test_kernel" -> "core.interfaces" [color="black"];
  "tests.test_kernel" -> "core.kernel" [color="black"];
  "tests.test_kernel" -> "core.lifecycle" [color="black"];
  "tests.test_learning" -> "core.config" [color="black"];
  "tests.test_learning" -> "core.events.memory_bus" [color="black"];
  "tests.test_learning" -> "core.exceptions" [color="black"];
  "tests.test_learning" -> "core.learning.extractor" [color="black"];
  "tests.test_learning" -> "core.learning.routes" [color="black"];
  "tests.test_learning" -> "core.learning.scraper" [color="black"];
  "tests.test_learning" -> "core.learning.service" [color="black"];
  "tests.test_learning" -> "core.learning.summarizer" [color="black"];
  "tests.test_learning" -> "core.memory.database" [color="black"];
  "tests.test_learning" -> "core.memory.embeddings" [color="black"];
  "tests.test_learning" -> "core.memory.graph" [color="black"];
  "tests.test_learning" -> "core.memory.interfaces" [color="black"];
  "tests.test_learning" -> "core.memory.models" [color="black"];
  "tests.test_learning" -> "core.memory.repository" [color="black"];
  "tests.test_learning" -> "core.memory.service" [color="black"];
  "tests.test_learning" -> "core.memory.vector_store" [color="black"];
  "tests.test_lifecycle" -> "core.exceptions" [color="black"];
  "tests.test_lifecycle" -> "core.interfaces" [color="black"];
  "tests.test_lifecycle" -> "core.lifecycle" [color="black"];
  "tests.test_memory_config_integration" -> "core.config" [color="black"];
  "tests.test_memory_dto" -> "core.memory.dto" [color="black"];
  "tests.test_memory_repository" -> "core.memory.dto" [color="black"];
  "tests.test_memory_repository" -> "core.memory.memory_repository" [color="black"];
  "tests.test_memory_retention" -> "core.config" [color="black"];
  "tests.test_memory_retention" -> "core.memory.dto" [color="black"];
  "tests.test_memory_retention" -> "core.memory.memory_repository" [color="black"];
  "tests.test_memory_retention" -> "core.memory.retention" [color="black"];
  "tests.test_memory_retention" -> "core.memory.scoring" [color="black"];
  "tests.test_memory_retention_dto" -> "core.memory.dto" [color="black"];
  "tests.test_memory_retrieval" -> "core.config" [color="black"];
  "tests.test_memory_retrieval" -> "core.events.memory_bus" [color="black"];
  "tests.test_memory_retrieval" -> "core.exceptions" [color="black"];
  "tests.test_memory_retrieval" -> "core.interfaces" [color="black"];
  "tests.test_memory_retrieval" -> "core.memory.database" [color="black"];
  "tests.test_memory_retrieval" -> "core.memory.embeddings" [color="black"];
  "tests.test_memory_retrieval" -> "core.memory.graph" [color="black"];
  "tests.test_memory_retrieval" -> "core.memory.indexer" [color="black"];
  "tests.test_memory_retrieval" -> "core.memory.interfaces" [color="black"];
  "tests.test_memory_retrieval" -> "core.memory.models" [color="black"];
  "tests.test_memory_retrieval" -> "core.memory.repository" [color="black"];
  "tests.test_memory_retrieval" -> "core.memory.service" [color="black"];
  "tests.test_memory_retrieval" -> "core.memory.vector_store" [color="black"];
  "tests.test_memory_retrieval_engine" -> "core.interfaces" [color="black"];
  "tests.test_memory_retrieval_engine" -> "core.memory.dto" [color="black"];
  "tests.test_memory_retrieval_engine" -> "core.memory.memory_repository" [color="black"];
  "tests.test_memory_retrieval_engine" -> "core.memory.retrieval_engine" [color="black"];
  "tests.test_memory_retrieval_engine" -> "core.memory.scoring" [color="black"];
  "tests.test_memory_scoring" -> "core.memory.dto" [color="black"];
  "tests.test_memory_scoring" -> "core.memory.scoring" [color="black"];
  "tests.test_memory_service" -> "core.config" [color="black"];
  "tests.test_memory_service" -> "core.events.memory_bus" [color="black"];
  "tests.test_memory_service" -> "core.interfaces" [color="black"];
  "tests.test_memory_service" -> "core.memory.database" [color="black"];
  "tests.test_memory_service" -> "core.memory.embeddings" [color="black"];
  "tests.test_memory_service" -> "core.memory.graph" [color="black"];
  "tests.test_memory_service" -> "core.memory.indexer" [color="black"];
  "tests.test_memory_service" -> "core.memory.interfaces" [color="black"];
  "tests.test_memory_service" -> "core.memory.models" [color="black"];
  "tests.test_memory_service" -> "core.memory.repository" [color="black"];
  "tests.test_memory_service" -> "core.memory.service" [color="black"];
  "tests.test_memory_service" -> "core.memory.vector_store" [color="black"];
  "tests.test_memory_validator" -> "core.memory.dto" [color="black"];
  "tests.test_memory_validator" -> "core.memory.validator" [color="black"];
  "tests.test_model_budget" -> "core.config" [color="black"];
  "tests.test_model_budget" -> "core.events.memory_bus" [color="black"];
  "tests.test_model_budget" -> "core.exceptions" [color="black"];
  "tests.test_model_budget" -> "core.interfaces" [color="black"];
  "tests.test_model_budget" -> "core.memory.models" [color="black"];
  "tests.test_model_budget" -> "core.reasoning.cost" [color="black"];
  "tests.test_model_budget" -> "core.reasoning.credentials" [color="black"];
  "tests.test_model_budget" -> "core.reasoning.health_monitor" [color="black"];
  "tests.test_model_budget" -> "core.reasoning.provider" [color="black"];
  "tests.test_model_budget" -> "core.reasoning.rate_limiter" [color="black"];
  "tests.test_model_budget" -> "core.reasoning.registry" [color="black"];
  "tests.test_model_budget" -> "core.reasoning.router" [color="black"];
  "tests.test_model_budget" -> "core.reasoning.telemetry" [color="black"];
  "tests.test_model_budget" -> "core.reasoning.token_counter" [color="black"];
  "tests.test_model_budget" -> "core.reasoning.transport" [color="black"];
  "tests.test_pc" -> "core.exceptions" [color="black"];
  "tests.test_pc" -> "core.interfaces" [color="black"];
  "tests.test_persistent_execution" -> "api.dependencies" [color="black"];
  "tests.test_persistent_execution" -> "api.dto" [color="black"];
  "tests.test_persistent_execution" -> "api.main" [color="black"];
  "tests.test_persistent_execution" -> "core.config" [color="black"];
  "tests.test_persistent_execution" -> "core.interfaces" [color="black"];
  "tests.test_persistent_execution" -> "core.memory.database" [color="black"];
  "tests.test_persistent_execution" -> "core.reasoning.persistence_service" [color="black"];
  "tests.test_persistent_execution" -> "core.tools.execution_models" [color="black"];
  "tests.test_persistent_execution" -> "core.tools.execution_repository" [color="black"];
  "tests.test_persistent_execution" -> "core.tools.resume_manager" [color="black"];
  "tests.test_personal_memory" -> "core.config" [color="black"];
  "tests.test_personal_memory" -> "core.exceptions" [color="black"];
  "tests.test_personal_memory" -> "core.memory.database" [color="black"];
  "tests.test_personal_memory" -> "core.memory.intelligence" [color="black"];
  "tests.test_personal_memory" -> "core.memory.models" [color="black"];
  "tests.test_personal_memory" -> "core.memory.personal" [color="black"];
  "tests.test_personal_memory" -> "core.memory.repository" [color="black"];
+   "tests.test_quality_gate" -> "scripts.quality_gate" [color="black"];
  "tests.test_reasoning" -> "core.config" [color="black"];
  "tests.test_reasoning" -> "core.exceptions" [color="black"];
  "tests.test_reasoning" -> "core.memory.database" [color="black"];
  "tests.test_reasoning" -> "core.memory.models" [color="black"];
  "tests.test_reasoning" -> "core.reasoning.cost" [color="black"];
  "tests.test_reasoning" -> "core.reasoning.orchestrator" [color="black"];
  "tests.test_reasoning" -> "core.reasoning.planner" [color="black"];
  "tests.test_reasoning" -> "core.reasoning.prompt" [color="black"];
  "tests.test_reasoning" -> "core.reasoning.provider" [color="black"];
  "tests.test_reasoning" -> "core.reasoning.rate_limiter" [color="black"];
  "tests.test_reasoning" -> "core.reasoning.reflection" [color="black"];
  "tests.test_reasoning" -> "core.reasoning.registry" [color="black"];
  "tests.test_reasoning" -> "core.reasoning.router" [color="black"];
  "tests.test_reasoning" -> "core.reasoning.telemetry" [color="black"];
  "tests.test_reasoning" -> "core.tools.base" [color="black"];
  "tests.test_reasoning" -> "core.tools.runtime" [color="black"];
  "tests.test_reasoning_engine" -> "core.config" [color="black"];
  "tests.test_reasoning_engine" -> "core.exceptions" [color="black"];
  "tests.test_reasoning_engine" -> "core.interfaces" [color="black"];
  "tests.test_reasoning_engine" -> "core.reasoning.cost" [color="black"];
  "tests.test_reasoning_engine" -> "core.reasoning.engine" [color="black"];
  "tests.test_reasoning_engine" -> "core.reasoning.engine_dto" [color="black"];
  "tests.test_reasoning_engine" -> "core.reasoning.orchestrator" [color="black"];
  "tests.test_reasoning_engine" -> "core.reasoning.plan_version_manager" [color="black"];
  "tests.test_reasoning_engine" -> "core.reasoning.planner" [color="black"];
  "tests.test_reasoning_engine" -> "core.reasoning.planning_service" [color="black"];
  "tests.test_reasoning_engine" -> "core.reasoning.prompt" [color="black"];
  "tests.test_reasoning_engine" -> "core.reasoning.reflection" [color="black"];
  "tests.test_reasoning_engine" -> "core.reasoning.router" [color="black"];
  "tests.test_reasoning_engine" -> "core.tools.dto" [color="black"];
  "tests.test_registry" -> "core.container" [color="black"];
  "tests.test_registry" -> "core.exceptions" [color="black"];
  "tests.test_registry" -> "core.interfaces" [color="black"];
  "tests.test_registry" -> "core.registry" [color="black"];
  "tests.test_runtime" -> "core.events.memory_bus" [color="black"];
  "tests.test_runtime" -> "core.exceptions" [color="black"];
  "tests.test_runtime" -> "core.interfaces" [color="black"];
  "tests.test_runtime" -> "core.runtime.context" [color="black"];
  "tests.test_runtime" -> "core.runtime.dto" [color="black"];
  "tests.test_runtime" -> "core.runtime.engine" [color="black"];
  "tests.test_runtime" -> "core.runtime.events" [color="black"];
  "tests.test_runtime" -> "core.runtime.scheduler" [color="black"];
  "tests.test_runtime" -> "core.runtime.state" [color="black"];
  "tests.test_runtime" -> "core.runtime.subagent" [color="black"];
  "tests.test_skill_downloader" -> "core.skills.download_dto" [color="black"];
  "tests.test_skill_downloader" -> "core.skills.downloader" [color="black"];
  "tests.test_skill_dto" -> "core.skills.dto" [color="black"];
  "tests.test_skill_installer" -> "core.exceptions" [color="black"];
  "tests.test_skill_installer" -> "core.skills.download_dto" [color="black"];
  "tests.test_skill_installer" -> "core.skills.dto" [color="black"];
  "tests.test_skill_installer" -> "core.skills.installer" [color="black"];
  "tests.test_skill_installer" -> "core.skills.models" [color="black"];
  "tests.test_skill_installer" -> "core.skills.permission_engine" [color="black"];
  "tests.test_skill_installer" -> "core.skills.registry" [color="black"];
  "tests.test_skill_installer" -> "core.skills.sandbox" [color="black"];
  "tests.test_skill_installer" -> "core.skills.sandbox_dto" [color="black"];
  "tests.test_skill_installer" -> "core.skills.signer" [color="black"];
  "tests.test_skill_installer" -> "core.skills.validator" [color="black"];
  "tests.test_skill_installer" -> "core.tools.security" [color="black"];
  "tests.test_skill_integration" -> "api.routes.skills" [color="black"];
  "tests.test_skill_integration" -> "core.exceptions" [color="black"];
  "tests.test_skill_integration" -> "core.skills.download_dto" [color="black"];
  "tests.test_skill_integration" -> "core.skills.dto" [color="black"];
  "tests.test_skill_integration" -> "core.skills.installer" [color="black"];
  "tests.test_skill_integration" -> "core.skills.permission_engine" [color="black"];
  "tests.test_skill_integration" -> "core.skills.registry" [color="black"];
  "tests.test_skill_integration" -> "core.skills.sandbox" [color="black"];
  "tests.test_skill_integration" -> "core.skills.sandbox_dto" [color="black"];
  "tests.test_skill_integration" -> "core.skills.signer" [color="black"];
  "tests.test_skill_integration" -> "core.skills.validator" [color="black"];
  "tests.test_skill_integration" -> "core.tools.security" [color="black"];
  "tests.test_skill_permission_engine" -> "core.skills.permission_engine" [color="black"];
  "tests.test_skill_permission_engine" -> "core.tools.security" [color="black"];
  "tests.test_skill_registry" -> "core.skills.dto" [color="black"];
  "tests.test_skill_registry" -> "core.skills.registry" [color="black"];
  "tests.test_skill_repository" -> "core.config" [color="black"];
  "tests.test_skill_repository" -> "core.memory.database" [color="black"];
  "tests.test_skill_repository" -> "core.memory.models" [color="black"];
  "tests.test_skill_repository" -> "core.skills.models" [color="black"];
  "tests.test_skill_repository" -> "core.skills.repository" [color="black"];
  "tests.test_skill_routes" -> "api.routes.skills" [color="black"];
  "tests.test_skill_routes" -> "core.skills.dto" [color="black"];
  "tests.test_skill_routes" -> "core.skills.installer" [color="black"];
  "tests.test_skill_sandbox" -> "core.skills.download_dto" [color="black"];
  "tests.test_skill_sandbox" -> "core.skills.dto" [color="black"];
  "tests.test_skill_sandbox" -> "core.skills.sandbox" [color="black"];
  "tests.test_skill_sandbox" -> "core.skills.sandbox_dto" [color="black"];
  "tests.test_skill_signer" -> "core.skills.signer" [color="black"];
  "tests.test_skill_signer" -> "core.tools.security" [color="black"];
  "tests.test_skill_validator" -> "core.exceptions" [color="black"];
  "tests.test_skill_validator" -> "core.skills.validator" [color="black"];
  "tests.test_smoke" -> "core.config" [color="black"];
  "tests.test_smoke" -> "core.events.memory_bus" [color="black"];
  "tests.test_smoke" -> "core.interfaces" [color="black"];
  "tests.test_smoke" -> "core.memory.database" [color="black"];
  "tests.test_smoke" -> "core.memory.models" [color="black"];
  "tests.test_smoke" -> "core.tools.audit" [color="black"];
  "tests.test_smoke" -> "core.tools.registry" [color="black"];
  "tests.test_smoke" -> "core.tools.runtime" [color="black"];
  "tests.test_smoke" -> "core.tools.sandbox" [color="black"];
  "tests.test_smoke" -> "core.tools.security" [color="black"];
  "tests.test_swarm" -> "core.events.memory_bus" [color="black"];
  "tests.test_swarm" -> "core.interfaces" [color="black"];
  "tests.test_swarm" -> "core.runtime.container_driver" [color="black"];
  "tests.test_swarm" -> "core.runtime.dto" [color="black"];
  "tests.test_swarm" -> "core.runtime.lock" [color="black"];
  "tests.test_swarm" -> "core.runtime.message_bus" [color="black"];
  "tests.test_swarm" -> "core.runtime.orchestrator" [color="black"];
  "tests.test_swarm" -> "core.runtime.persistence" [color="black"];
  "tests.test_swarm" -> "core.runtime.queue" [color="black"];
  "tests.test_swarm" -> "core.runtime.registry" [color="black"];
  "tests.test_swarm" -> "core.runtime.routes" [color="black"];
  "tests.test_swarm" -> "core.runtime.scheduler" [color="black"];
  "tests.test_swarm" -> "core.runtime.subagent" [color="black"];
  "tests.test_tool_orchestrator" -> "core.config" [color="black"];
  "tests.test_tool_orchestrator" -> "core.events.memory_bus" [color="black"];
  "tests.test_tool_orchestrator" -> "core.exceptions" [color="black"];
  "tests.test_tool_orchestrator" -> "core.interfaces" [color="black"];
  "tests.test_tool_orchestrator" -> "core.kernel" [color="black"];
  "tests.test_tool_orchestrator" -> "core.memory.database" [color="black"];
  "tests.test_tool_orchestrator" -> "core.memory.models" [color="black"];
  "tests.test_tool_orchestrator" -> "core.reasoning.orchestrator" [color="black"];
  "tests.test_tool_orchestrator" -> "core.reasoning.planner" [color="black"];
  "tests.test_tool_orchestrator" -> "core.tools.dependency_resolver" [color="black"];
  "tests.test_tool_orchestrator" -> "core.tools.dto" [color="black"];
  "tests.test_tool_orchestrator" -> "core.tools.metrics_collector" [color="black"];
  "tests.test_tool_orchestrator" -> "core.tools.registry" [color="black"];
  "tests.test_tool_orchestrator" -> "core.tools.result_aggregator" [color="black"];
  "tests.test_tool_orchestrator" -> "core.tools.retry_manager" [color="black"];
  "tests.test_tool_orchestrator" -> "core.tools.runtime" [color="black"];
  "tests.test_tool_orchestrator" -> "core.tools.sandbox" [color="black"];
  "tests.test_tool_orchestrator" -> "core.tools.security" [color="black"];
  "tests.test_tool_orchestrator" -> "core.tools.wave_executor" [color="black"];
  "tests.test_tools" -> "core.config" [color="black"];
  "tests.test_tools" -> "core.events.memory_bus" [color="black"];
  "tests.test_tools" -> "core.exceptions" [color="black"];
  "tests.test_tools" -> "core.interfaces" [color="black"];
  "tests.test_tools" -> "core.memory.database" [color="black"];
  "tests.test_tools" -> "core.memory.models" [color="black"];
  "tests.test_tools" -> "core.tools.audit" [color="black"];
  "tests.test_tools" -> "core.tools.base" [color="black"];
  "tests.test_tools" -> "core.tools.registry" [color="black"];
  "tests.test_tools" -> "core.tools.runtime" [color="black"];
  "tests.test_tools" -> "core.tools.sandbox" [color="black"];
  "tests.test_tools" -> "core.tools.security" [color="black"];
+   "tests.test_trace_check" -> "scripts.trace_check" [color="black"];
  "tests.test_vector" -> "core.exceptions" [color="black"];
  "tests.test_vector" -> "core.memory.embeddings" [color="black"];
  "tests.test_vector" -> "core.memory.interfaces" [color="black"];
  "tests.test_vector" -> "core.memory.vector_store" [color="black"];
  "tests.test_workflow_automation" -> "core.config" [color="black"];
  "tests.test_workflow_automation" -> "core.exceptions" [color="black"];
  "tests.test_workflow_automation" -> "core.interfaces" [color="black"];
  "tests.test_workflow_automation" -> "core.memory.database" [color="black"];
  "tests.test_workflow_automation" -> "core.memory.models" [color="black"];
  "tests.test_workflow_automation" -> "core.reasoning.orchestrator" [color="black"];
  "tests.test_workflow_automation" -> "core.reasoning.planner" [color="black"];
  "tests.test_workflow_automation" -> "core.tools.base" [color="black"];
  "tests.test_workflow_automation" -> "core.tools.compiler" [color="black"];
  "tests.test_workflow_automation" -> "core.tools.registry" [color="black"];
  "tests.test_workflow_automation" -> "core.tools.repository" [color="black"];
  "tests.test_workflow_automation" -> "core.tools.validator" [color="black"];
  "tests.test_workflow_automation" -> "core.tools.workflow_dto" [color="black"];
  "tests.test_workflow_automation" -> "core.tools.workflow_orchestrator" [color="black"];
}